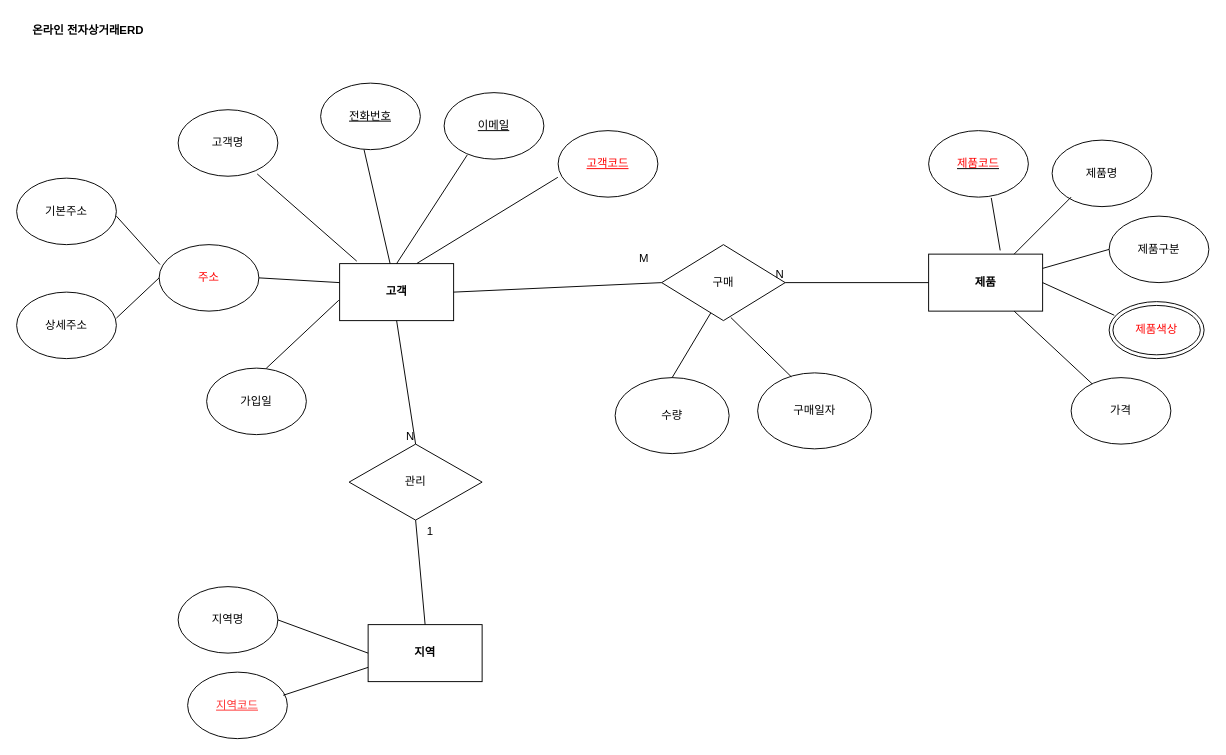
The draw.io diagram product.drawio in wandongk/databig, before the edit. Source tidied: cells renumbered, new cells numbered last; positions are measured from the earlier drawing's top-left corner, leaving out a move shared by most shapes. Both pictures are drawn from the tidied source at 95%, with x=0, y=0 at pixel (16, 16).
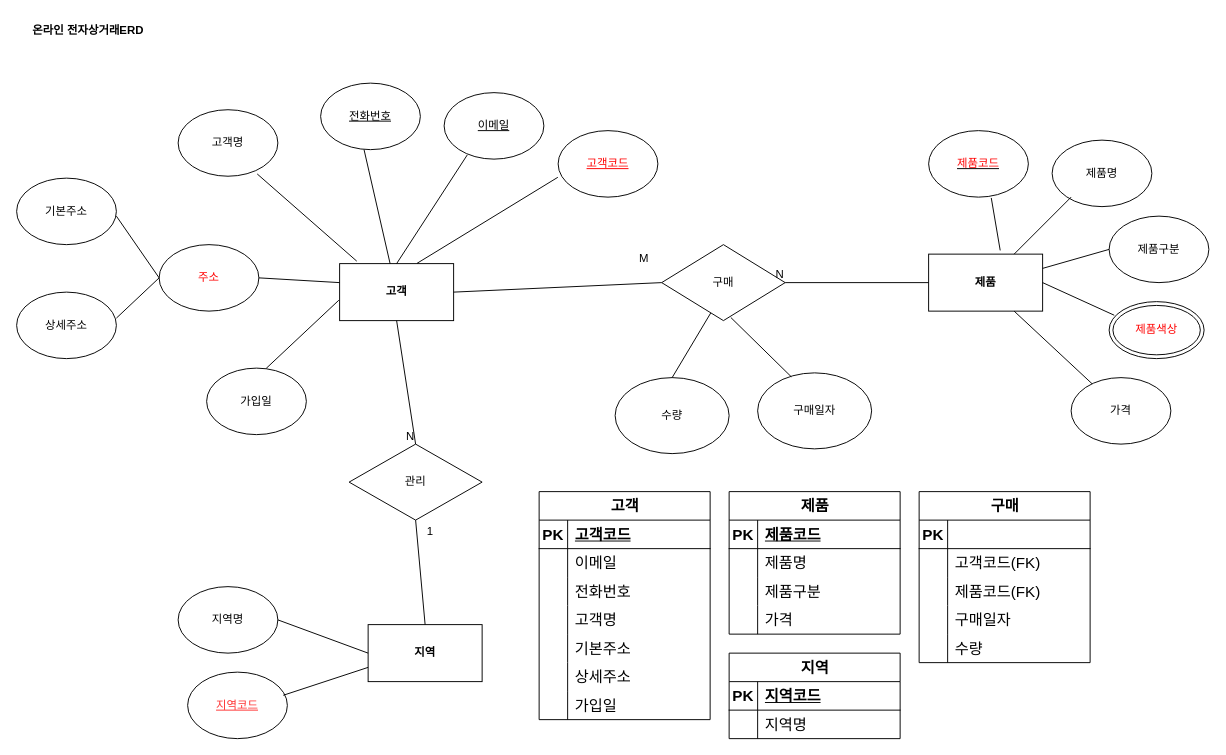
Above is the later version.

The change refers to these unchanged cells:
```xml
<mxCell id="8" value="&lt;font color=&quot;#ff0000&quot;&gt;주소&lt;/font&gt;" style="ellipse;whiteSpace=wrap;html=1;" parent="1" vertex="1">
  <mxGeometry x="150" y="240" width="105" height="70" as="geometry" />
</mxCell>
```

Diff of the diagram source:
```diff
@@
-    <mxCell id="25" style="endArrow=none;html=1;rounded=0;entryX=0.008;entryY=0.298;entryDx=0;entryDy=0;entryPerimeter=0;" parent="1" edge="1" target="8">
+    <mxCell id="25" style="endArrow=none;html=1;rounded=0;entryX=0;entryY=0.5;entryDx=0;entryDy=0;" parent="1" edge="1" target="8">
       <mxGeometry relative="1" as="geometry">
         <mxPoint x="105" y="210" as="sourcePoint" />
       </mxGeometry>
     </mxCell>
@@
+    <mxCell id="50" value="고객" style="shape=table;startSize=30;childLayout=tableLayout;rowLines=0;fontStyle=1;align=center;html=1;fontSize=16;" parent="1" vertex="1">
+      <mxGeometry x="550" y="500" width="180" height="240" as="geometry" />
+    </mxCell>
+    <mxCell id="51" style="shape=tableRow;horizontal=0;startSize=0;swimlaneHead=0;swimlaneBody=0;fillColor=none;top=0;left=0;right=0;bottom=1;fontSize=16;" parent="50" vertex="1">
+      <mxGeometry y="30" width="180" height="30" as="geometry" />
+    </mxCell>
+    <mxCell id="52" value="PK" style="shape=partialRectangle;fillColor=none;top=0;left=0;bottom=0;right=0;fontStyle=1;overflow=hidden;whiteSpace=wrap;html=1;fontSize=16;" parent="51" vertex="1">
+      <mxGeometry width="30" height="30" as="geometry" />
+    </mxCell>
+    <mxCell id="53" value="고객코드" style="shape=partialRectangle;fillColor=none;top=0;left=0;bottom=0;right=0;align=left;spacingLeft=6;fontStyle=5;overflow=hidden;whiteSpace=wrap;html=1;fontSize=16;" parent="51" vertex="1">
+      <mxGeometry x="30" width="150" height="30" as="geometry" />
+    </mxCell>
+    <mxCell id="54" style="shape=tableRow;horizontal=0;startSize=0;swimlaneHead=0;swimlaneBody=0;fillColor=none;top=0;left=0;right=0;bottom=0;fontSize=16;" parent="50" vertex="1">
+      <mxGeometry y="60" width="180" height="30" as="geometry" />
+    </mxCell>
+    <mxCell id="55" style="shape=partialRectangle;fillColor=none;top=0;left=0;bottom=0;right=0;overflow=hidden;whiteSpace=wrap;html=1;fontSize=16;" parent="54" vertex="1">
+      <mxGeometry width="30" height="30" as="geometry" />
+    </mxCell>
+    <mxCell id="56" value="이메일" style="shape=partialRectangle;fillColor=none;top=0;left=0;bottom=0;right=0;align=left;spacingLeft=6;overflow=hidden;whiteSpace=wrap;html=1;fontSize=16;" parent="54" vertex="1">
+      <mxGeometry x="30" width="150" height="30" as="geometry" />
+    </mxCell>
+    <mxCell id="57" style="shape=tableRow;horizontal=0;startSize=0;swimlaneHead=0;swimlaneBody=0;fillColor=none;top=0;left=0;right=0;bottom=0;fontSize=16;" parent="50" vertex="1">
+      <mxGeometry y="90" width="180" height="30" as="geometry" />
+    </mxCell>
+    <mxCell id="58" style="shape=partialRectangle;fillColor=none;top=0;left=0;bottom=0;right=0;overflow=hidden;whiteSpace=wrap;html=1;fontSize=16;" parent="57" vertex="1">
+      <mxGeometry width="30" height="30" as="geometry" />
+    </mxCell>
+    <mxCell id="59" value="전화번호" style="shape=partialRectangle;fillColor=none;top=0;left=0;bottom=0;right=0;align=left;spacingLeft=6;overflow=hidden;whiteSpace=wrap;html=1;fontSize=16;" parent="57" vertex="1">
+      <mxGeometry x="30" width="150" height="30" as="geometry" />
+    </mxCell>
+    <mxCell id="60" style="shape=tableRow;horizontal=0;startSize=0;swimlaneHead=0;swimlaneBody=0;fillColor=none;top=0;left=0;right=0;bottom=0;fontSize=16;" parent="50" vertex="1">
+      <mxGeometry y="120" width="180" height="30" as="geometry" />
+    </mxCell>
+    <mxCell id="61" style="shape=partialRectangle;fillColor=none;top=0;left=0;bottom=0;right=0;overflow=hidden;whiteSpace=wrap;html=1;fontSize=16;" parent="60" vertex="1">
+      <mxGeometry width="30" height="30" as="geometry" />
+    </mxCell>
+    <mxCell id="62" value="고객명" style="shape=partialRectangle;fillColor=none;top=0;left=0;bottom=0;right=0;align=left;spacingLeft=6;overflow=hidden;whiteSpace=wrap;html=1;fontSize=16;" parent="60" vertex="1">
+      <mxGeometry x="30" width="150" height="30" as="geometry" />
+    </mxCell>
+    <mxCell id="63" style="shape=tableRow;horizontal=0;startSize=0;swimlaneHead=0;swimlaneBody=0;fillColor=none;top=0;left=0;right=0;bottom=0;fontSize=16;" parent="50" vertex="1">
+      <mxGeometry y="150" width="180" height="30" as="geometry" />
+    </mxCell>
+    <mxCell id="64" style="shape=partialRectangle;fillColor=none;top=0;left=0;bottom=0;right=0;overflow=hidden;whiteSpace=wrap;html=1;fontSize=16;" parent="63" vertex="1">
+      <mxGeometry width="30" height="30" as="geometry" />
+    </mxCell>
+    <mxCell id="65" value="기본주소" style="shape=partialRectangle;fillColor=none;top=0;left=0;bottom=0;right=0;align=left;spacingLeft=6;overflow=hidden;whiteSpace=wrap;html=1;fontSize=16;" parent="63" vertex="1">
+      <mxGeometry x="30" width="150" height="30" as="geometry" />
+    </mxCell>
+    <mxCell id="66" style="shape=tableRow;horizontal=0;startSize=0;swimlaneHead=0;swimlaneBody=0;fillColor=none;top=0;left=0;right=0;bottom=0;fontSize=16;" parent="50" vertex="1">
+      <mxGeometry y="180" width="180" height="30" as="geometry" />
+    </mxCell>
+    <mxCell id="67" style="shape=partialRectangle;fillColor=none;top=0;left=0;bottom=0;right=0;overflow=hidden;whiteSpace=wrap;html=1;fontSize=16;" parent="66" vertex="1">
+      <mxGeometry width="30" height="30" as="geometry" />
+    </mxCell>
+    <mxCell id="68" value="상세주소" style="shape=partialRectangle;fillColor=none;top=0;left=0;bottom=0;right=0;align=left;spacingLeft=6;overflow=hidden;whiteSpace=wrap;html=1;fontSize=16;" parent="66" vertex="1">
+      <mxGeometry x="30" width="150" height="30" as="geometry" />
+    </mxCell>
+    <mxCell id="69" style="shape=tableRow;horizontal=0;startSize=0;swimlaneHead=0;swimlaneBody=0;fillColor=none;top=0;left=0;right=0;bottom=0;fontSize=16;" parent="50" vertex="1">
+      <mxGeometry y="210" width="180" height="30" as="geometry" />
+    </mxCell>
+    <mxCell id="70" style="shape=partialRectangle;fillColor=none;top=0;left=0;bottom=0;right=0;overflow=hidden;whiteSpace=wrap;html=1;fontSize=16;" parent="69" vertex="1">
+      <mxGeometry width="30" height="30" as="geometry" />
+    </mxCell>
+    <mxCell id="71" value="가입일" style="shape=partialRectangle;fillColor=none;top=0;left=0;bottom=0;right=0;align=left;spacingLeft=6;overflow=hidden;whiteSpace=wrap;html=1;fontSize=16;" parent="69" vertex="1">
+      <mxGeometry x="30" width="150" height="30" as="geometry" />
+    </mxCell>
+    <mxCell id="72" value="제품" style="shape=table;startSize=30;childLayout=tableLayout;rowLines=0;fontStyle=1;align=center;html=1;fontSize=16;" parent="1" vertex="1">
+      <mxGeometry x="750" y="500" width="180" height="150" as="geometry" />
+    </mxCell>
+    <mxCell id="73" style="shape=tableRow;horizontal=0;startSize=0;swimlaneHead=0;swimlaneBody=0;fillColor=none;top=0;left=0;right=0;bottom=1;fontSize=16;" parent="72" vertex="1">
+      <mxGeometry y="30" width="180" height="30" as="geometry" />
+    </mxCell>
+    <mxCell id="74" value="PK" style="shape=partialRectangle;fillColor=none;top=0;left=0;bottom=0;right=0;fontStyle=1;overflow=hidden;whiteSpace=wrap;html=1;fontSize=16;" parent="73" vertex="1">
+      <mxGeometry width="30" height="30" as="geometry" />
+    </mxCell>
+    <mxCell id="75" value="제품코드" style="shape=partialRectangle;fillColor=none;top=0;left=0;bottom=0;right=0;align=left;spacingLeft=6;fontStyle=5;overflow=hidden;whiteSpace=wrap;html=1;fontSize=16;" parent="73" vertex="1">
+      <mxGeometry x="30" width="150" height="30" as="geometry" />
+    </mxCell>
+    <mxCell id="76" style="shape=tableRow;horizontal=0;startSize=0;swimlaneHead=0;swimlaneBody=0;fillColor=none;top=0;left=0;right=0;bottom=0;fontSize=16;" parent="72" vertex="1">
+      <mxGeometry y="60" width="180" height="30" as="geometry" />
+    </mxCell>
+    <mxCell id="77" style="shape=partialRectangle;fillColor=none;top=0;left=0;bottom=0;right=0;overflow=hidden;whiteSpace=wrap;html=1;fontSize=16;" parent="76" vertex="1">
+      <mxGeometry width="30" height="30" as="geometry" />
+    </mxCell>
+    <mxCell id="78" value="제품명" style="shape=partialRectangle;fillColor=none;top=0;left=0;bottom=0;right=0;align=left;spacingLeft=6;overflow=hidden;whiteSpace=wrap;html=1;fontSize=16;" parent="76" vertex="1">
+      <mxGeometry x="30" width="150" height="30" as="geometry" />
+    </mxCell>
+    <mxCell id="79" style="shape=tableRow;horizontal=0;startSize=0;swimlaneHead=0;swimlaneBody=0;fillColor=none;top=0;left=0;right=0;bottom=0;fontSize=16;" parent="72" vertex="1">
+      <mxGeometry y="90" width="180" height="30" as="geometry" />
+    </mxCell>
+    <mxCell id="80" style="shape=partialRectangle;fillColor=none;top=0;left=0;bottom=0;right=0;overflow=hidden;whiteSpace=wrap;html=1;fontSize=16;" parent="79" vertex="1">
+      <mxGeometry width="30" height="30" as="geometry" />
+    </mxCell>
+    <mxCell id="81" value="제품구분" style="shape=partialRectangle;fillColor=none;top=0;left=0;bottom=0;right=0;align=left;spacingLeft=6;overflow=hidden;whiteSpace=wrap;html=1;fontSize=16;" parent="79" vertex="1">
+      <mxGeometry x="30" width="150" height="30" as="geometry" />
+    </mxCell>
+    <mxCell id="82" style="shape=tableRow;horizontal=0;startSize=0;swimlaneHead=0;swimlaneBody=0;fillColor=none;top=0;left=0;right=0;bottom=0;fontSize=16;" parent="72" vertex="1">
+      <mxGeometry y="120" width="180" height="30" as="geometry" />
+    </mxCell>
+    <mxCell id="83" style="shape=partialRectangle;fillColor=none;top=0;left=0;bottom=0;right=0;overflow=hidden;whiteSpace=wrap;html=1;fontSize=16;" parent="82" vertex="1">
+      <mxGeometry width="30" height="30" as="geometry" />
+    </mxCell>
+    <mxCell id="84" value="가격" style="shape=partialRectangle;fillColor=none;top=0;left=0;bottom=0;right=0;align=left;spacingLeft=6;overflow=hidden;whiteSpace=wrap;html=1;fontSize=16;" parent="82" vertex="1">
+      <mxGeometry x="30" width="150" height="30" as="geometry" />
+    </mxCell>
+    <mxCell id="85" value="지역" style="shape=table;startSize=30;childLayout=tableLayout;rowLines=0;fontStyle=1;align=center;html=1;fontSize=16;" parent="1" vertex="1">
+      <mxGeometry x="750" y="670" width="180" height="90" as="geometry" />
+    </mxCell>
+    <mxCell id="86" style="shape=tableRow;horizontal=0;startSize=0;swimlaneHead=0;swimlaneBody=0;fillColor=none;top=0;left=0;right=0;bottom=1;fontSize=16;" parent="85" vertex="1">
+      <mxGeometry y="30" width="180" height="30" as="geometry" />
+    </mxCell>
+    <mxCell id="87" value="PK" style="shape=partialRectangle;fillColor=none;top=0;left=0;bottom=0;right=0;fontStyle=1;overflow=hidden;whiteSpace=wrap;html=1;fontSize=16;" parent="86" vertex="1">
+      <mxGeometry width="30" height="30" as="geometry" />
+    </mxCell>
+    <mxCell id="88" value="지역코드" style="shape=partialRectangle;fillColor=none;top=0;left=0;bottom=0;right=0;align=left;spacingLeft=6;fontStyle=5;overflow=hidden;whiteSpace=wrap;html=1;fontSize=16;" parent="86" vertex="1">
+      <mxGeometry x="30" width="150" height="30" as="geometry" />
+    </mxCell>
+    <mxCell id="89" style="shape=tableRow;horizontal=0;startSize=0;swimlaneHead=0;swimlaneBody=0;fillColor=none;top=0;left=0;right=0;bottom=0;fontSize=16;" parent="85" vertex="1">
+      <mxGeometry y="60" width="180" height="30" as="geometry" />
+    </mxCell>
+    <mxCell id="90" style="shape=partialRectangle;fillColor=none;top=0;left=0;bottom=0;right=0;overflow=hidden;whiteSpace=wrap;html=1;fontSize=16;" parent="89" vertex="1">
+      <mxGeometry width="30" height="30" as="geometry" />
+    </mxCell>
+    <mxCell id="91" value="지역명" style="shape=partialRectangle;fillColor=none;top=0;left=0;bottom=0;right=0;align=left;spacingLeft=6;overflow=hidden;whiteSpace=wrap;html=1;fontSize=16;" parent="89" vertex="1">
+      <mxGeometry x="30" width="150" height="30" as="geometry" />
+    </mxCell>
+    <mxCell id="92" value="구매" style="shape=table;startSize=30;childLayout=tableLayout;rowLines=0;fontStyle=1;align=center;html=1;fontSize=16;" parent="1" vertex="1">
+      <mxGeometry x="950" y="500" width="180" height="180" as="geometry" />
+    </mxCell>
+    <mxCell id="93" style="shape=tableRow;horizontal=0;startSize=0;swimlaneHead=0;swimlaneBody=0;fillColor=none;top=0;left=0;right=0;bottom=1;fontSize=16;" parent="92" vertex="1">
+      <mxGeometry y="30" width="180" height="30" as="geometry" />
+    </mxCell>
+    <mxCell id="94" value="PK" style="shape=partialRectangle;fillColor=none;top=0;left=0;bottom=0;right=0;fontStyle=1;overflow=hidden;whiteSpace=wrap;html=1;fontSize=16;" parent="93" vertex="1">
+      <mxGeometry width="30" height="30" as="geometry" />
+    </mxCell>
+    <mxCell id="95" style="shape=partialRectangle;fillColor=none;top=0;left=0;bottom=0;right=0;align=left;spacingLeft=6;fontStyle=5;overflow=hidden;whiteSpace=wrap;html=1;fontSize=16;" parent="93" vertex="1">
+      <mxGeometry x="30" width="150" height="30" as="geometry" />
+    </mxCell>
+    <mxCell id="96" style="shape=tableRow;horizontal=0;startSize=0;swimlaneHead=0;swimlaneBody=0;fillColor=none;top=0;left=0;right=0;bottom=0;fontSize=16;" parent="92" vertex="1">
+      <mxGeometry y="60" width="180" height="30" as="geometry" />
+    </mxCell>
+    <mxCell id="97" style="shape=partialRectangle;fillColor=none;top=0;left=0;bottom=0;right=0;overflow=hidden;whiteSpace=wrap;html=1;fontSize=16;" parent="96" vertex="1">
+      <mxGeometry width="30" height="30" as="geometry" />
+    </mxCell>
+    <mxCell id="98" value="고객코드(FK)" style="shape=partialRectangle;fillColor=none;top=0;left=0;bottom=0;right=0;align=left;spacingLeft=6;overflow=hidden;whiteSpace=wrap;html=1;fontSize=16;" parent="96" vertex="1">
+      <mxGeometry x="30" width="150" height="30" as="geometry" />
+    </mxCell>
+    <mxCell id="99" style="shape=tableRow;horizontal=0;startSize=0;swimlaneHead=0;swimlaneBody=0;fillColor=none;top=0;left=0;right=0;bottom=0;fontSize=16;" parent="92" vertex="1">
+      <mxGeometry y="90" width="180" height="30" as="geometry" />
+    </mxCell>
+    <mxCell id="100" style="shape=partialRectangle;fillColor=none;top=0;left=0;bottom=0;right=0;overflow=hidden;whiteSpace=wrap;html=1;fontSize=16;" parent="99" vertex="1">
+      <mxGeometry width="30" height="30" as="geometry" />
+    </mxCell>
+    <mxCell id="101" value="제품코드(FK)" style="shape=partialRectangle;fillColor=none;top=0;left=0;bottom=0;right=0;align=left;spacingLeft=6;overflow=hidden;whiteSpace=wrap;html=1;fontSize=16;" parent="99" vertex="1">
+      <mxGeometry x="30" width="150" height="30" as="geometry" />
+    </mxCell>
+    <mxCell id="102" style="shape=tableRow;horizontal=0;startSize=0;swimlaneHead=0;swimlaneBody=0;fillColor=none;top=0;left=0;right=0;bottom=0;fontSize=16;" parent="92" vertex="1">
+      <mxGeometry y="120" width="180" height="30" as="geometry" />
+    </mxCell>
+    <mxCell id="103" style="shape=partialRectangle;fillColor=none;top=0;left=0;bottom=0;right=0;overflow=hidden;whiteSpace=wrap;html=1;fontSize=16;" parent="102" vertex="1">
+      <mxGeometry width="30" height="30" as="geometry" />
+    </mxCell>
+    <mxCell id="104" value="구매일자" style="shape=partialRectangle;fillColor=none;top=0;left=0;bottom=0;right=0;align=left;spacingLeft=6;overflow=hidden;whiteSpace=wrap;html=1;fontSize=16;" parent="102" vertex="1">
+      <mxGeometry x="30" width="150" height="30" as="geometry" />
+    </mxCell>
+    <mxCell id="105" style="shape=tableRow;horizontal=0;startSize=0;swimlaneHead=0;swimlaneBody=0;fillColor=none;top=0;left=0;right=0;bottom=0;fontSize=16;" parent="92" vertex="1">
+      <mxGeometry y="150" width="180" height="30" as="geometry" />
+    </mxCell>
+    <mxCell id="106" style="shape=partialRectangle;fillColor=none;top=0;left=0;bottom=0;right=0;overflow=hidden;whiteSpace=wrap;html=1;fontSize=16;" parent="105" vertex="1">
+      <mxGeometry width="30" height="30" as="geometry" />
+    </mxCell>
+    <mxCell id="107" value="수량" style="shape=partialRectangle;fillColor=none;top=0;left=0;bottom=0;right=0;align=left;spacingLeft=6;overflow=hidden;whiteSpace=wrap;html=1;fontSize=16;" parent="105" vertex="1">
+      <mxGeometry x="30" width="150" height="30" as="geometry" />
+    </mxCell>
```
